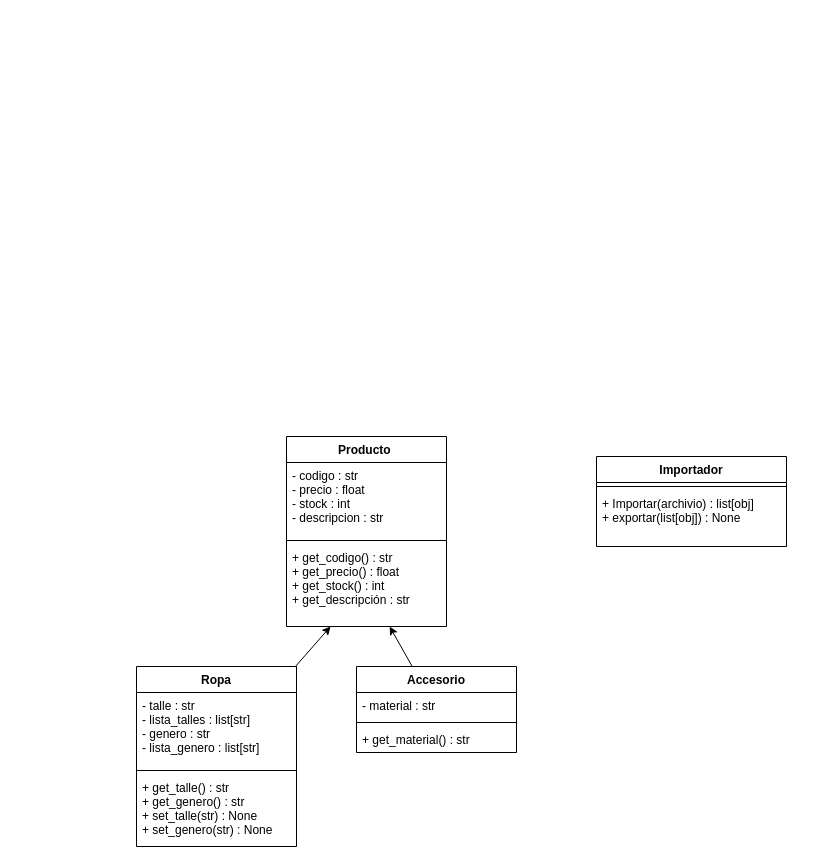
Earlier version of the draw.io diagram diagram.drawio (Franco-Miguez/tienda-de-ropa). Source tidied: cells renumbered, new cells numbered last; positions are measured from the earlier drawing's top-left corner, leaving out a move shared by most shapes. Both pictures are drawn from the tidied source at 100%, with x=0, y=0 at pixel (136, 436).
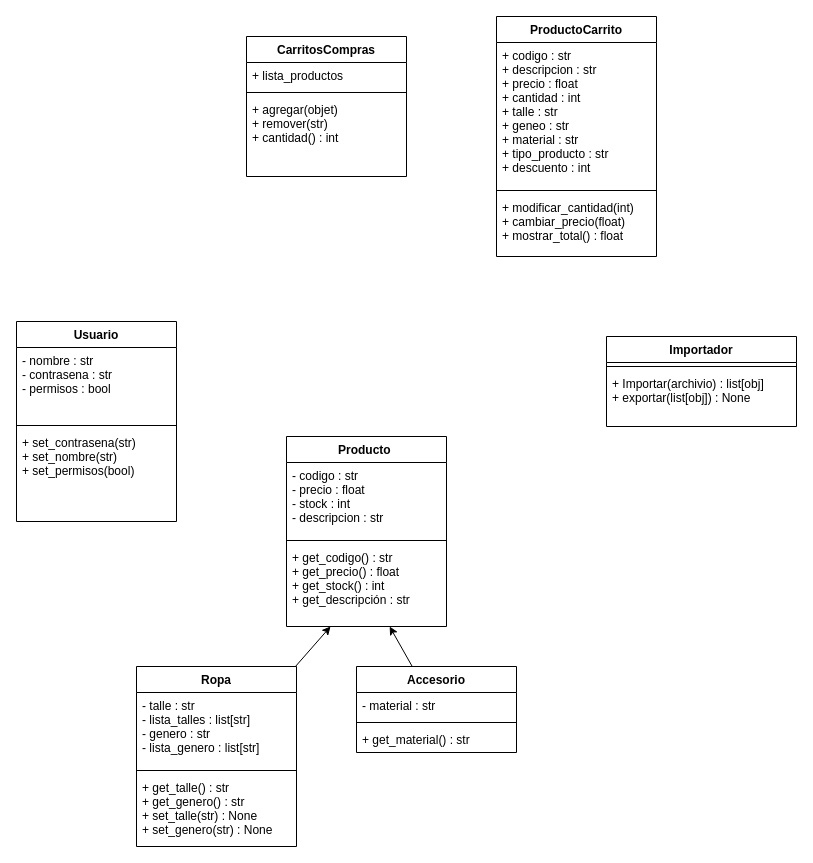
The same page after the edit.

Change to the diagram source:
```diff
@@
     <mxCell id="16" value="Importador" style="swimlane;fontStyle=1;align=center;verticalAlign=top;horizontal=1;startSize=26;" parent="1" vertex="1">
-      <mxGeometry x="460" y="20" width="190" height="90" as="geometry" />
+      <mxGeometry x="470" y="-100" width="190" height="90" as="geometry" />
     </mxCell>
@@
+    <mxCell id="19" value="Usuario" style="swimlane;fontStyle=1;align=center;verticalAlign=top;horizontal=1;startSize=26;" parent="1" vertex="1">
+      <mxGeometry x="-120" y="-115" width="160" height="200" as="geometry" />
+    </mxCell>
+    <mxCell id="20" value="- nombre : str&#10;- contrasena : str&#10;- permisos : bool" style="text;strokeColor=none;fillColor=none;align=left;verticalAlign=top;spacingLeft=4;spacingRight=4;overflow=hidden;" parent="19" vertex="1">
+      <mxGeometry y="26" width="160" height="74" as="geometry" />
+    </mxCell>
+    <mxCell id="21" style="line;strokeWidth=1;fillColor=none;align=left;verticalAlign=middle;spacingTop=-1;spacingLeft=3;spacingRight=3;labelPosition=right;strokeColor=inherit;" parent="19" vertex="1">
+      <mxGeometry y="100" width="160" height="8" as="geometry" />
+    </mxCell>
+    <mxCell id="22" value="+ set_contrasena(str)&#10;+ set_nombre(str)&#10;+ set_permisos(bool)" style="text;strokeColor=none;fillColor=none;align=left;verticalAlign=top;spacingLeft=4;spacingRight=4;overflow=hidden;" parent="19" vertex="1">
+      <mxGeometry y="108" width="160" height="92" as="geometry" />
+    </mxCell>
+    <mxCell id="23" value="CarritosCompras" style="swimlane;fontStyle=1;align=center;verticalAlign=top;horizontal=1;startSize=26;" parent="1" vertex="1">
+      <mxGeometry x="110" y="-400" width="160" height="140" as="geometry" />
+    </mxCell>
+    <mxCell id="24" value="+ lista_productos" style="text;strokeColor=none;fillColor=none;align=left;verticalAlign=top;spacingLeft=4;spacingRight=4;overflow=hidden;" parent="23" vertex="1">
+      <mxGeometry y="26" width="160" height="26" as="geometry" />
+    </mxCell>
+    <mxCell id="25" style="line;strokeWidth=1;fillColor=none;align=left;verticalAlign=middle;spacingTop=-1;spacingLeft=3;spacingRight=3;labelPosition=right;strokeColor=inherit;" parent="23" vertex="1">
+      <mxGeometry y="52" width="160" height="8" as="geometry" />
+    </mxCell>
+    <mxCell id="26" value="+ agregar(objet) &#10;+ remover(str)&#10;+ cantidad() : int" style="text;strokeColor=none;fillColor=none;align=left;verticalAlign=top;spacingLeft=4;spacingRight=4;overflow=hidden;" parent="23" vertex="1">
+      <mxGeometry y="60" width="160" height="80" as="geometry" />
+    </mxCell>
+    <mxCell id="27" value="ProductoCarrito" style="swimlane;fontStyle=1;align=center;verticalAlign=top;horizontal=1;startSize=26;" parent="1" vertex="1">
+      <mxGeometry x="360" y="-420" width="160" height="240" as="geometry" />
+    </mxCell>
+    <mxCell id="28" value="+ codigo : str&#10;+ descripcion : str&#10;+ precio : float&#10;+ cantidad : int&#10;+ talle : str&#10;+ geneo : str&#10;+ material : str&#10;+ tipo_producto : str&#10;+ descuento : int" style="text;strokeColor=none;fillColor=none;align=left;verticalAlign=top;spacingLeft=4;spacingRight=4;overflow=hidden;" parent="27" vertex="1">
+      <mxGeometry y="26" width="160" height="144" as="geometry" />
+    </mxCell>
+    <mxCell id="29" style="line;strokeWidth=1;fillColor=none;align=left;verticalAlign=middle;spacingTop=-1;spacingLeft=3;spacingRight=3;labelPosition=right;strokeColor=inherit;" parent="27" vertex="1">
+      <mxGeometry y="170" width="160" height="8" as="geometry" />
+    </mxCell>
+    <mxCell id="30" value="+ modificar_cantidad(int)&#10;+ cambiar_precio(float)&#10;+ mostrar_total() : float" style="text;strokeColor=none;fillColor=none;align=left;verticalAlign=top;spacingLeft=4;spacingRight=4;overflow=hidden;" parent="27" vertex="1">
+      <mxGeometry y="178" width="160" height="62" as="geometry" />
+    </mxCell>
```
